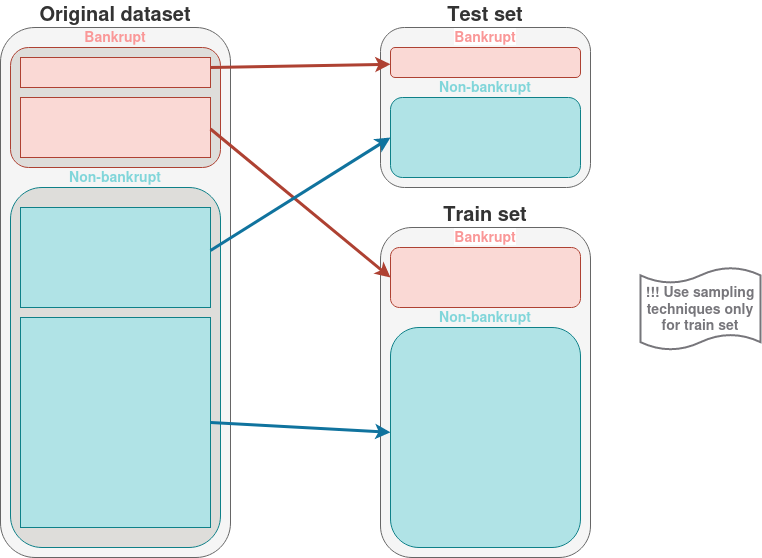
This is train_test_split.png from shvetsmaksym/Taiwan-Companies-Bankruptcy-Prediction, a draw.io export, as it was before one commit. Source tidied: cells renumbered, new cells last; positions are measured from the earlier drawing's top-left corner, leaving out a move shared by most shapes. Source of this version:
```xml
<mxGraphModel>
  <root>
    <mxCell id="0" />
    <mxCell id="1" parent="0" />
    <mxCell id="2" value="&lt;font style=&quot;font-size: 20px;&quot;&gt;Original dataset&lt;/font&gt;" style="rounded=1;whiteSpace=wrap;html=1;labelPosition=center;verticalLabelPosition=top;align=center;verticalAlign=bottom;fillColor=#f5f5f5;fontColor=#333333;strokeColor=#666666;fontStyle=1;" parent="1" vertex="1">
      <mxGeometry width="230" height="530" as="geometry" />
    </mxCell>
    <mxCell id="3" value="Bankrupt" style="rounded=1;whiteSpace=wrap;html=1;labelPosition=center;verticalLabelPosition=top;align=center;verticalAlign=bottom;fillColor=#deddda;strokeColor=#ae4132;fontColor=#fa9898;fontStyle=1;fontSize=14;" parent="1" vertex="1">
      <mxGeometry x="10" y="20" width="210" height="120" as="geometry" />
    </mxCell>
    <mxCell id="4" value="Non-bankrupt" style="rounded=1;whiteSpace=wrap;html=1;labelPosition=center;verticalLabelPosition=top;align=center;verticalAlign=bottom;fillColor=#deddda;strokeColor=#0e8088;fontSize=14;fontStyle=1;fontColor=#81d6da;" parent="1" vertex="1">
      <mxGeometry x="10" y="160" width="210" height="360" as="geometry" />
    </mxCell>
    <mxCell id="5" style="rounded=0;whiteSpace=wrap;html=1;labelBorderColor=#2ec27e;spacingLeft=1;spacingTop=1;spacingBottom=1;spacingRight=1;fillColor=#fad9d5;strokeColor=#ae4132;" parent="1" vertex="1">
      <mxGeometry x="20" y="30" width="190" height="30" as="geometry" />
    </mxCell>
    <mxCell id="6" style="rounded=0;whiteSpace=wrap;html=1;labelBorderColor=#2ec27e;spacingLeft=1;spacingTop=1;spacingBottom=1;spacingRight=1;fillColor=#fad9d5;strokeColor=#ae4132;" parent="1" vertex="1">
      <mxGeometry x="20" y="70" width="190" height="60" as="geometry" />
    </mxCell>
    <mxCell id="7" style="rounded=0;whiteSpace=wrap;html=1;labelBorderColor=#2ec27e;spacingLeft=1;spacingTop=1;spacingBottom=1;spacingRight=1;fillColor=#b0e3e6;strokeColor=#0e8088;" parent="1" vertex="1">
      <mxGeometry x="20" y="180" width="190" height="100" as="geometry" />
    </mxCell>
    <mxCell id="8" style="rounded=0;whiteSpace=wrap;html=1;labelBorderColor=#2ec27e;spacingLeft=1;spacingTop=1;spacingBottom=1;spacingRight=1;fillColor=#b0e3e6;strokeColor=#0e8088;" parent="1" vertex="1">
      <mxGeometry x="20" y="290" width="190" height="210" as="geometry" />
    </mxCell>
    <mxCell id="9" value="&lt;div style=&quot;font-size: 20px;&quot;&gt;Test set&lt;/div&gt;" style="rounded=1;whiteSpace=wrap;html=1;labelPosition=center;verticalLabelPosition=top;align=center;verticalAlign=bottom;fillColor=#f5f5f5;fontColor=#333333;strokeColor=#666666;fontStyle=1;fontSize=20;" parent="1" vertex="1">
      <mxGeometry x="380" width="210" height="160" as="geometry" />
    </mxCell>
    <mxCell id="10" value="Bankrupt" style="rounded=1;whiteSpace=wrap;html=1;labelPosition=center;verticalLabelPosition=top;align=center;verticalAlign=bottom;fontStyle=1;labelBackgroundColor=default;fillColor=#fad9d5;strokeColor=#ae4132;fontColor=#fa9898;fontSize=14;" parent="1" vertex="1">
      <mxGeometry x="390" y="20" width="190" height="30" as="geometry" />
    </mxCell>
    <mxCell id="11" value="Non-bankrupt" style="rounded=1;whiteSpace=wrap;html=1;labelPosition=center;verticalLabelPosition=top;align=center;verticalAlign=bottom;fontStyle=1;fillColor=#b0e3e6;strokeColor=#0e8088;fontColor=#81d6da;fontSize=14;" parent="1" vertex="1">
      <mxGeometry x="390" y="70" width="190" height="80" as="geometry" />
    </mxCell>
    <mxCell id="12" value="&lt;div style=&quot;font-size: 20px;&quot;&gt;Train set&lt;/div&gt;" style="rounded=1;whiteSpace=wrap;html=1;labelPosition=center;verticalLabelPosition=top;align=center;verticalAlign=bottom;fillColor=#f5f5f5;fontColor=#333333;strokeColor=#666666;fontStyle=1;fontSize=20;" parent="1" vertex="1">
      <mxGeometry x="380" y="200" width="210" height="330" as="geometry" />
    </mxCell>
    <mxCell id="13" value="Bankrupt" style="rounded=1;whiteSpace=wrap;html=1;labelPosition=center;verticalLabelPosition=top;align=center;verticalAlign=bottom;fontStyle=1;labelBackgroundColor=default;fillColor=#fad9d5;strokeColor=#ae4132;fontColor=#fa9898;fontSize=14;" parent="1" vertex="1">
      <mxGeometry x="390" y="220" width="190" height="60" as="geometry" />
    </mxCell>
    <mxCell id="14" value="Non-bankrupt" style="rounded=1;whiteSpace=wrap;html=1;labelPosition=center;verticalLabelPosition=top;align=center;verticalAlign=bottom;fontStyle=1;fillColor=#b0e3e6;strokeColor=#0e8088;fontColor=#81d6da;fontSize=14;" parent="1" vertex="1">
      <mxGeometry x="390" y="300" width="190" height="220" as="geometry" />
    </mxCell>
    <mxCell id="15" style="endArrow=classic;html=1;rounded=0;fillColor=#fad9d5;strokeColor=#ae4132;strokeWidth=3;" parent="1" edge="1" target="10">
      <mxGeometry relative="1" as="geometry">
        <mxPoint x="210" y="40" as="sourcePoint" />
      </mxGeometry>
    </mxCell>
    <mxCell id="16" style="endArrow=classic;html=1;rounded=0;entryX=0;entryY=0.5;entryDx=0;entryDy=0;fillColor=#fad9d5;strokeColor=#ae4132;strokeWidth=3;" parent="1" edge="1" target="13">
      <mxGeometry relative="1" as="geometry">
        <mxPoint x="210" y="101.5" as="sourcePoint" />
      </mxGeometry>
    </mxCell>
    <mxCell id="17" style="endArrow=classic;html=1;rounded=0;fillColor=#b1ddf0;strokeColor=#10739e;strokeWidth=3;" parent="1" edge="1">
      <mxGeometry relative="1" as="geometry">
        <mxPoint x="210" y="223" as="sourcePoint" />
        <mxPoint x="390" y="110" as="targetPoint" />
      </mxGeometry>
    </mxCell>
    <mxCell id="18" style="endArrow=classic;html=1;rounded=0;exitX=1;exitY=0.5;exitDx=0;exitDy=0;fillColor=#b1ddf0;strokeColor=#10739e;strokeWidth=3;" parent="1" edge="1" source="8" target="14">
      <mxGeometry relative="1" as="geometry" />
    </mxCell>
    <mxCell id="19" value="!!! Use sampling techniques only for train set" style="shape=tape;whiteSpace=wrap;html=1;strokeWidth=2;size=0.19;fontColor=#77767b;fontStyle=1;strokeColor=#77767b;fontSize=14;" parent="1" vertex="1">
      <mxGeometry x="640" y="240" width="120" height="82.5" as="geometry" />
    </mxCell>
  </root>
</mxGraphModel>
```
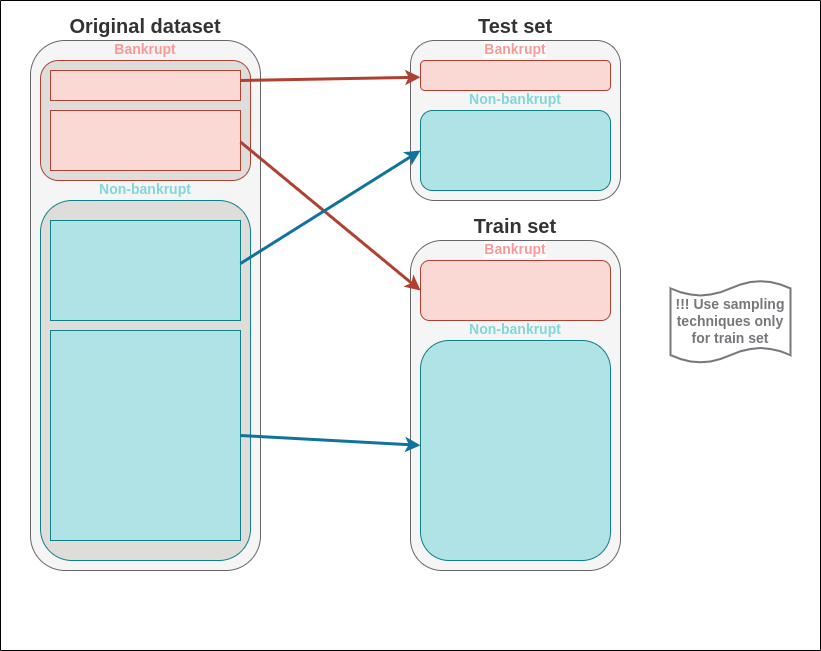
The same file after the commit.

What changed in the source:
```diff
@@ -1,4 +1,4 @@
-<mxGraphModel>
+<mxGraphModel background="#FFFFFF">
   <root>
     <mxCell id="0" />
     <mxCell id="1" parent="0" />
@@ -63,5 +63,8 @@
     <mxCell id="19" value="!!! Use sampling techniques only for train set" style="shape=tape;whiteSpace=wrap;html=1;strokeWidth=2;size=0.19;fontColor=#77767b;fontStyle=1;strokeColor=#77767b;fontSize=14;" parent="1" vertex="1">
       <mxGeometry x="640" y="240" width="120" height="82.5" as="geometry" />
     </mxCell>
+    <mxCell id="20" style="swimlane;startSize=0;" parent="1" vertex="1">
+      <mxGeometry x="-30" y="-40" width="820" height="650" as="geometry" />
+    </mxCell>
   </root>
 </mxGraphModel>
```
